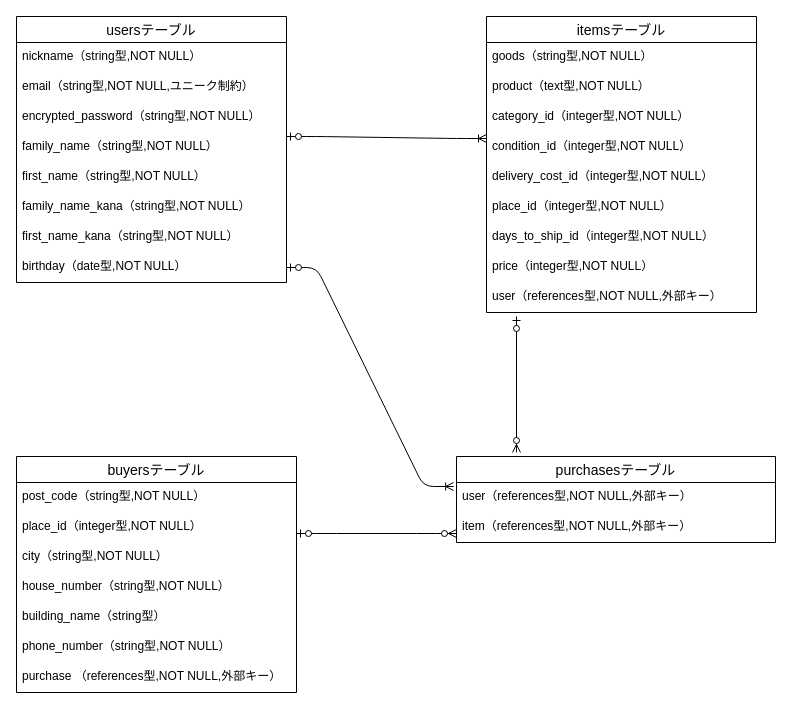
The draw.io diagram er.dio in ryomas501/furima-39757, before the edit. Source tidied: cells renumbered, new cells numbered last; positions are measured from the earlier drawing's top-left corner, leaving out a move shared by most shapes. Both pictures are drawn from the tidied source at 100%, with x=0, y=0 at pixel (16, 16).
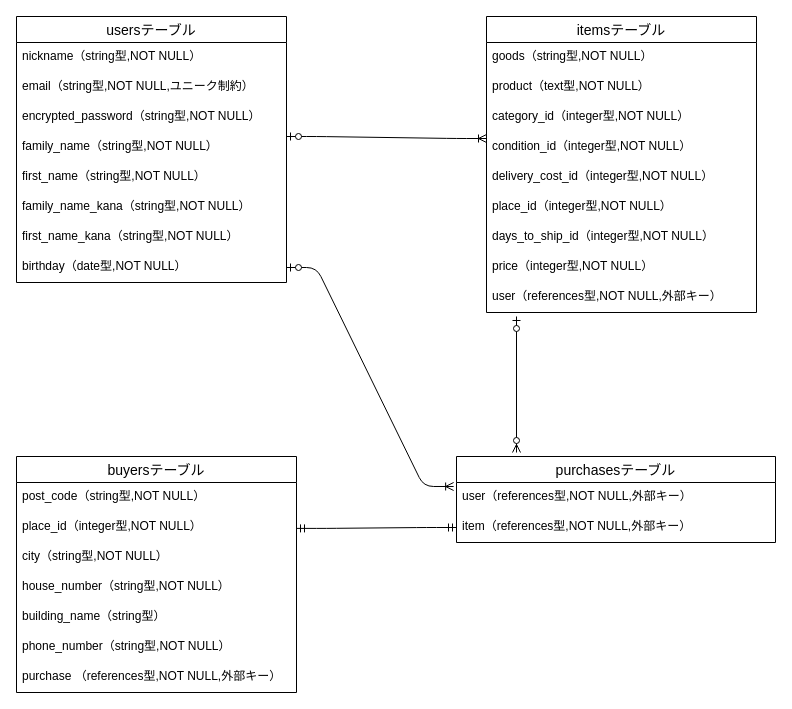
The same diagram, later.

Commit message (it also covers changes not shown here):
README・ER図作成（修正２）

Unchanged cells that the change refers to:
```xml
<mxCell id="32" value="item（references型,NOT NULL,外部キー）" style="text;strokeColor=none;fillColor=none;spacingLeft=4;spacingRight=4;overflow=hidden;points=[[0,0.5],[1,0.5]];portConstraint=eastwest;fontSize=12;" parent="30" vertex="1">
  <mxGeometry y="56" width="319" height="30" as="geometry" />
</mxCell>
```

What changed in the source:
```diff
@@
-    <mxCell id="35" style="edgeStyle=entityRelationEdgeStyle;fontSize=12;html=1;endArrow=ERzeroToMany;startArrow=ERzeroToOne;" parent="1" edge="1">
-      <mxGeometry relative="1" as="geometry">
-        <mxPoint x="280" y="517" as="sourcePoint" />
-        <mxPoint x="440" y="517" as="targetPoint" />
-      </mxGeometry>
-    </mxCell>
+    <mxCell id="36" style="edgeStyle=entityRelationEdgeStyle;fontSize=12;html=1;endArrow=ERmandOne;startArrow=ERmandOne;exitX=1;exitY=0.042;exitDx=0;exitDy=0;exitPerimeter=0;entryX=0;entryY=0.5;entryDx=0;entryDy=0;" parent="1" edge="1" target="32">
+      <mxGeometry relative="1" as="geometry">
+        <mxPoint x="280" y="511.9" as="sourcePoint" />
+      </mxGeometry>
+    </mxCell>
```
